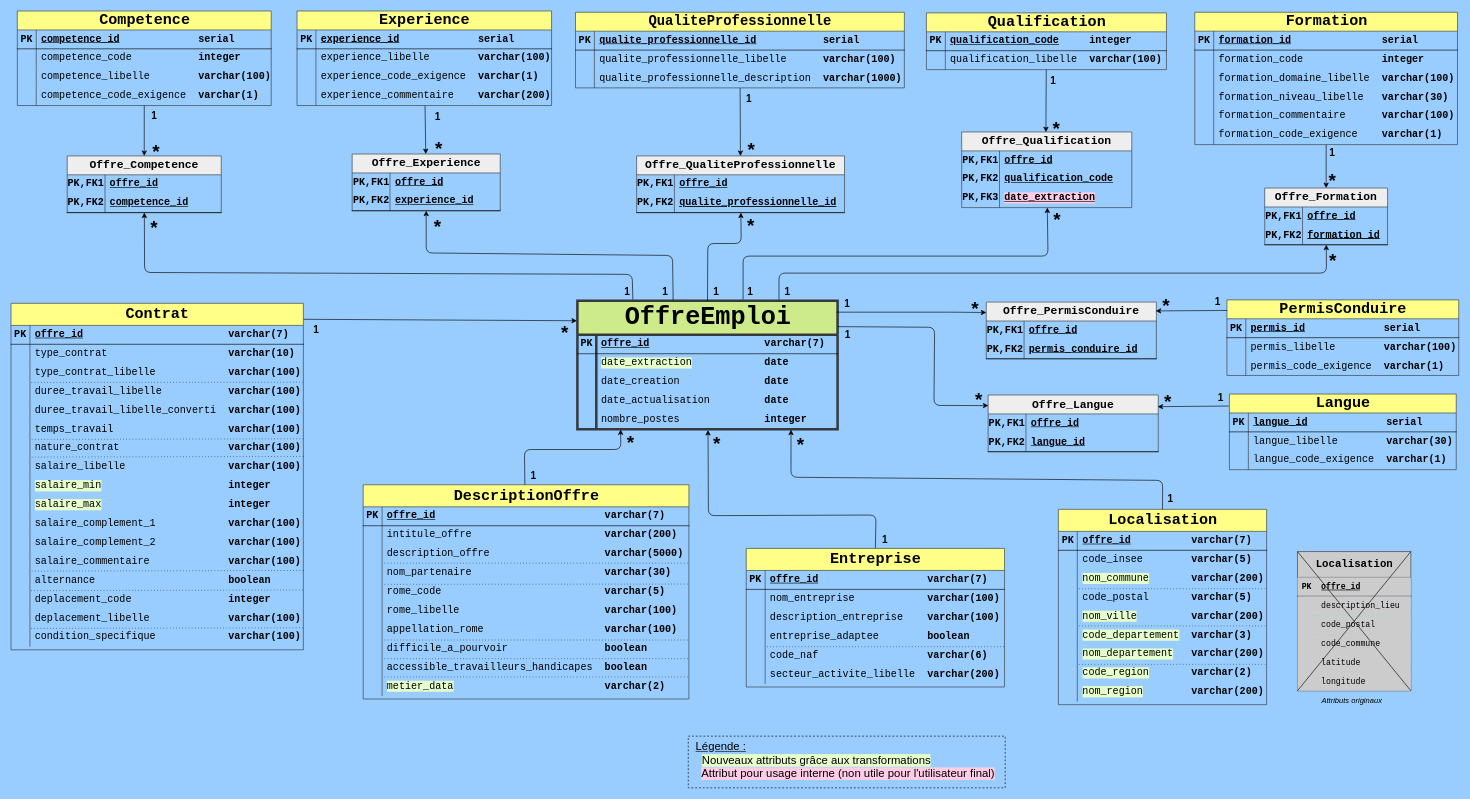
This is load_sql/UML.drawio from vimchun/Job-Market-in-France, a draw.io file, before an edit. Source tidied: cells renumbered, new cells numbered last; positions are measured from the earlier drawing's top-left corner, leaving out a move shared by most shapes. Both pictures are drawn from the tidied source at 63%, with x=0, y=0 at pixel (11, 11).
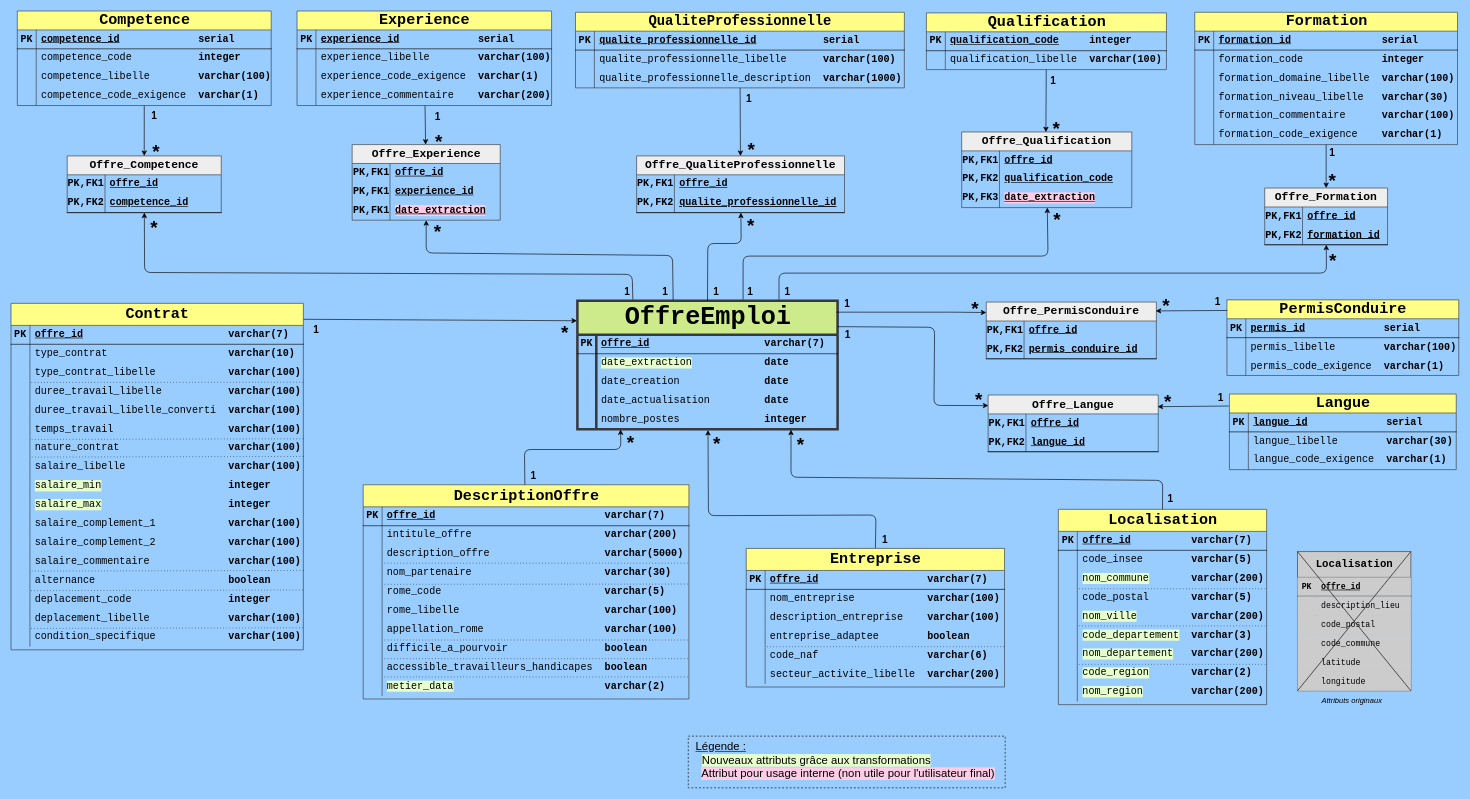
Above is the later version.

Commit message (it also covers changes not shown here):
informations sur l'évolution de 'experienceExige' et 'experienceLibelle' + update UML

The edit, as a diff of the source:
```diff
@@
     <mxCell id="162" value="&lt;font style=&quot;font-size: 18px;&quot;&gt;Offre_Experience&lt;/font&gt;" style="shape=table;startSize=30;childLayout=tableLayout;rowLines=0;fontStyle=1;align=center;html=1;whiteSpace=wrap;fillColor=#eeeeee;strokeColor=#36393d;fontFamily=Courier New;fontSize=16;" parent="1" vertex="1">
-      <mxGeometry x="541.5" y="227" width="235" height="90" as="geometry" />
+      <mxGeometry x="541.5" y="212" width="235" height="120" as="geometry" />
     </mxCell>
@@
-    <mxCell id="166" style="shape=tableRow;horizontal=0;startSize=0;swimlaneHead=0;swimlaneBody=0;fillColor=none;top=0;left=0;right=0;bottom=1;html=1;fontFamily=Courier New;fontSize=16;strokeColor=#000000;" parent="162" vertex="1">
-      <mxGeometry y="60" width="235" height="30" as="geometry" />
-    </mxCell>
-    <mxCell id="167" value="PK,FK2" style="shape=partialRectangle;fillColor=none;top=0;left=0;bottom=0;right=0;fontStyle=1;overflow=hidden;html=1;whiteSpace=wrap;fontFamily=Courier New;fontSize=16;strokeColor=#000000;" parent="166" vertex="1">
-      <mxGeometry width="60" height="30" as="geometry" />
-    </mxCell>
+    <mxCell id="375" style="shape=tableRow;horizontal=0;startSize=0;swimlaneHead=0;swimlaneBody=0;fillColor=none;top=0;left=0;right=0;bottom=0;html=1;fontFamily=Courier New;fontSize=16;strokeColor=#000000;" parent="162" vertex="1">
+      <mxGeometry y="60" width="235" height="30" as="geometry" />
+    </mxCell>
+    <mxCell id="376" value="PK,FK1" style="shape=partialRectangle;fillColor=none;top=0;left=0;bottom=0;right=0;fontStyle=1;overflow=hidden;html=1;whiteSpace=wrap;fontFamily=Courier New;fontSize=16;strokeColor=#000000;" parent="375" vertex="1">
+      <mxGeometry width="60" height="30" as="geometry" />
+    </mxCell>
-    <mxCell id="168" value="experience_id" style="shape=partialRectangle;fillColor=none;top=0;left=0;bottom=0;right=0;align=left;spacingLeft=6;fontStyle=5;overflow=hidden;html=1;whiteSpace=wrap;fontFamily=Courier New;fontSize=16;strokeColor=#000000;" parent="166" vertex="1">
+    <mxCell id="168" value="experience_id" style="shape=partialRectangle;fillColor=none;top=0;left=0;bottom=0;right=0;align=left;spacingLeft=6;fontStyle=5;overflow=hidden;html=1;whiteSpace=wrap;fontFamily=Courier New;fontSize=16;strokeColor=#000000;" parent="375" vertex="1">
       <mxGeometry x="60" width="175" height="30" as="geometry" />
     </mxCell>
+    <mxCell id="377" style="shape=tableRow;horizontal=0;startSize=0;swimlaneHead=0;swimlaneBody=0;fillColor=none;top=0;left=0;right=0;bottom=0;html=1;fontFamily=Courier New;fontSize=16;strokeColor=#000000;" parent="162" vertex="1">
+      <mxGeometry y="90" width="235" height="30" as="geometry" />
+    </mxCell>
+    <mxCell id="378" value="PK,FK1" style="shape=partialRectangle;fillColor=none;top=0;left=0;bottom=0;right=0;fontStyle=1;overflow=hidden;html=1;whiteSpace=wrap;fontFamily=Courier New;fontSize=16;strokeColor=#000000;" parent="377" vertex="1">
+      <mxGeometry width="60" height="30" as="geometry" />
+    </mxCell>
+    <mxCell id="379" value="&lt;span style=&quot;background-color: rgb(255, 204, 230);&quot;&gt;date_extraction&lt;/span&gt;" style="shape=partialRectangle;fillColor=none;top=0;left=0;bottom=0;right=0;align=left;spacingLeft=6;fontStyle=5;overflow=hidden;html=1;whiteSpace=wrap;fontFamily=Courier New;fontSize=16;strokeColor=#000000;" parent="377" vertex="1">
+      <mxGeometry x="60" width="175" height="30" as="geometry" />
+    </mxCell>
@@
     <mxCell id="293" value="*" style="text;html=1;align=center;verticalAlign=middle;strokeColor=none;fillColor=none;rounded=1;strokeWidth=1;fontSize=30;fontStyle=1;arcSize=50;" parent="1" vertex="1">
-      <mxGeometry x="664" y="194" width="30" height="48" as="geometry" />
+      <mxGeometry x="664" y="183" width="30" height="48" as="geometry" />
     </mxCell>
@@
     <mxCell id="299" value="*" style="text;html=1;align=center;verticalAlign=middle;strokeColor=none;fillColor=none;rounded=1;strokeWidth=1;fontSize=30;fontStyle=1;arcSize=50;" parent="1" vertex="1">
-      <mxGeometry x="662" y="318" width="30" height="48" as="geometry" />
+      <mxGeometry x="662" y="325" width="30" height="48" as="geometry" />
     </mxCell>
```
